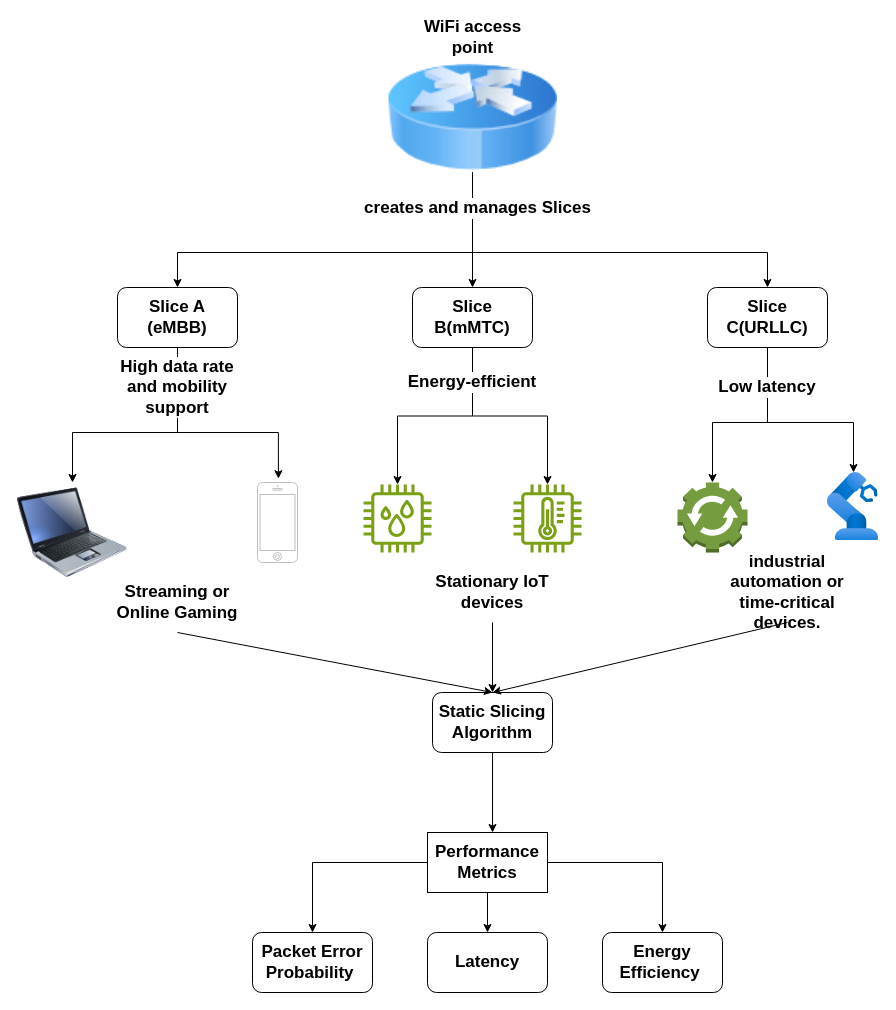
Before: Untitled Diagram.drawio in illuminatryX/5G-network-slicing, a draw.io diagram. Source tidied: cells renumbered, new cells numbered last; positions are measured from the earlier drawing's top-left corner, leaving out a move shared by most shapes. Both pictures are drawn from the tidied source at 100%, with x=0, y=0 at pixel (17, 22).
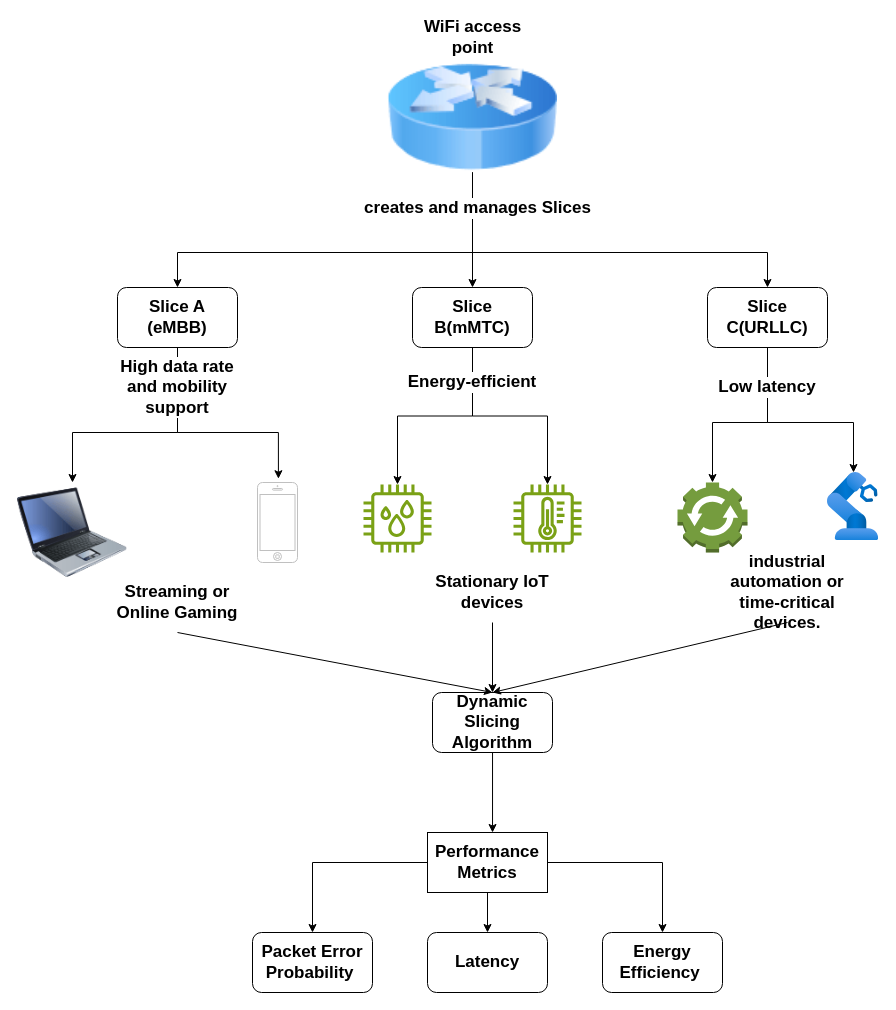
The same diagram, later.

What changed in the source:
```diff
@@
-    <mxCell id="28" value="Static Slicing Algorithm" style="rounded=1;whiteSpace=wrap;html=1;fontStyle=1;fontSize=17;" parent="1" vertex="1">
+    <mxCell id="28" value="Dynamic Slicing Algorithm" style="rounded=1;whiteSpace=wrap;html=1;fontStyle=1;fontSize=17;" parent="1" vertex="1">
       <mxGeometry x="415" y="670" width="120" height="60" as="geometry" />
     </mxCell>
```
